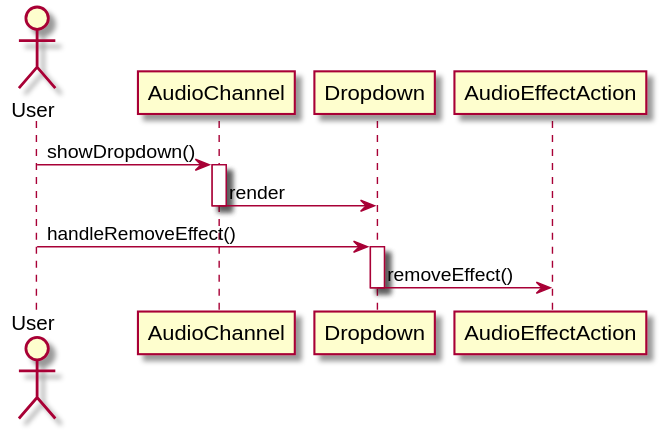
Earlier version of the PlantUML export out/sequence_diagram/deleteEffect/deleteEffect.svg (austudio-team/austudio-uml-graph).
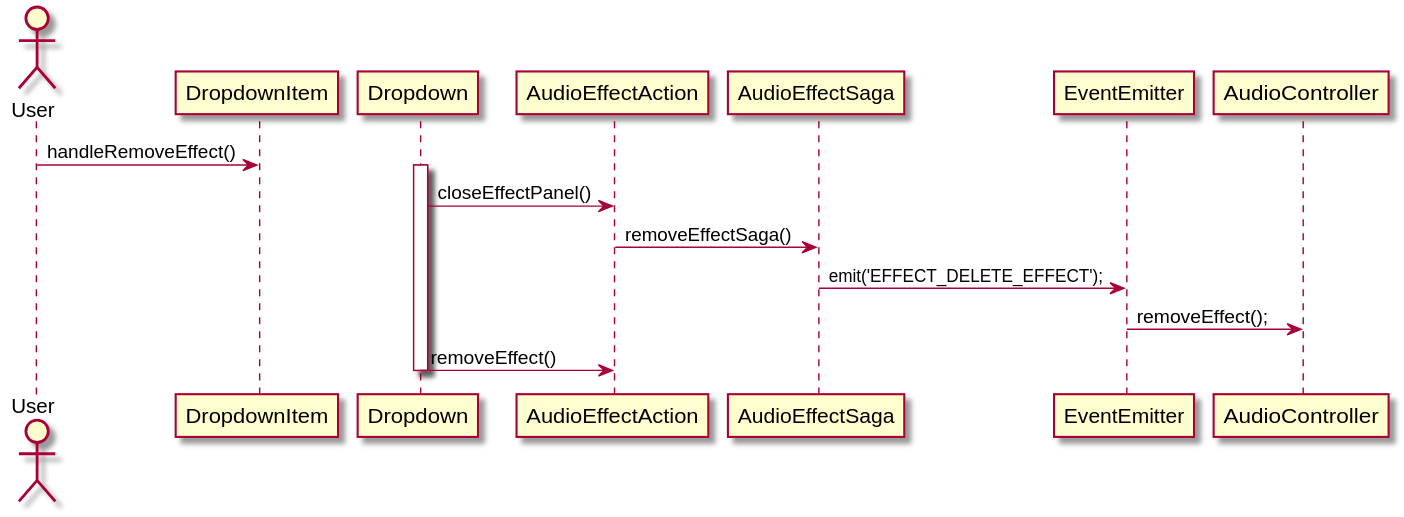
After the commit.

Change to the diagram source:
```diff
@@ -1,12 +1,12 @@
 @startuml
 actor User
 
-User -> AudioChannel: showDropdown()
-activate AudioChannel
-AudioChannel -> Dropdown: render
-deactivate AudioChannel
-User -> Dropdown: handleRemoveEffect()
+User -> DropdownItem: handleRemoveEffect()
 activate Dropdown
+Dropdown -> AudioEffectAction: closeEffectPanel()
+AudioEffectAction -> AudioEffectSaga: removeEffectSaga()
+AudioEffectSaga -> EventEmitter: emit('EFFECT_DELETE_EFFECT');
+EventEmitter -> AudioController: removeEffect();
 Dropdown -> AudioEffectAction: removeEffect()
 deactivate Dropdown
 @enduml
```
